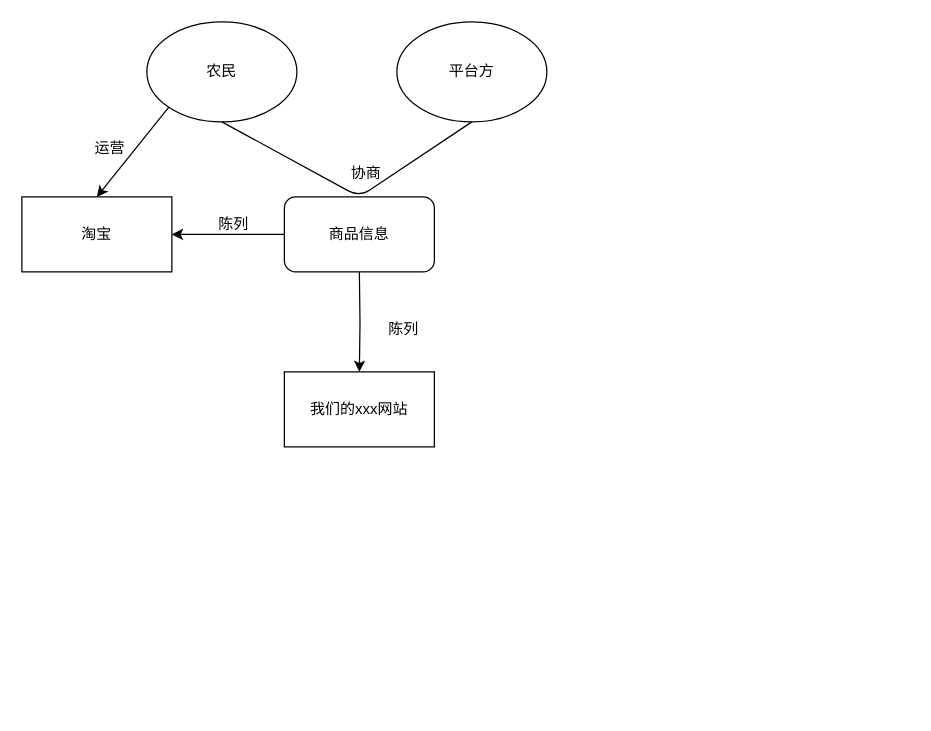
Before: Desktop/3chuang.drawio in YyUuZzHhEe/yuzhe, a draw.io diagram. Source tidied: cells renumbered, new cells numbered last; positions are measured from the earlier drawing's top-left corner, leaving out a move shared by most shapes. Both pictures are drawn from the tidied source at 125%, with x=0, y=0 at pixel (21, 21).
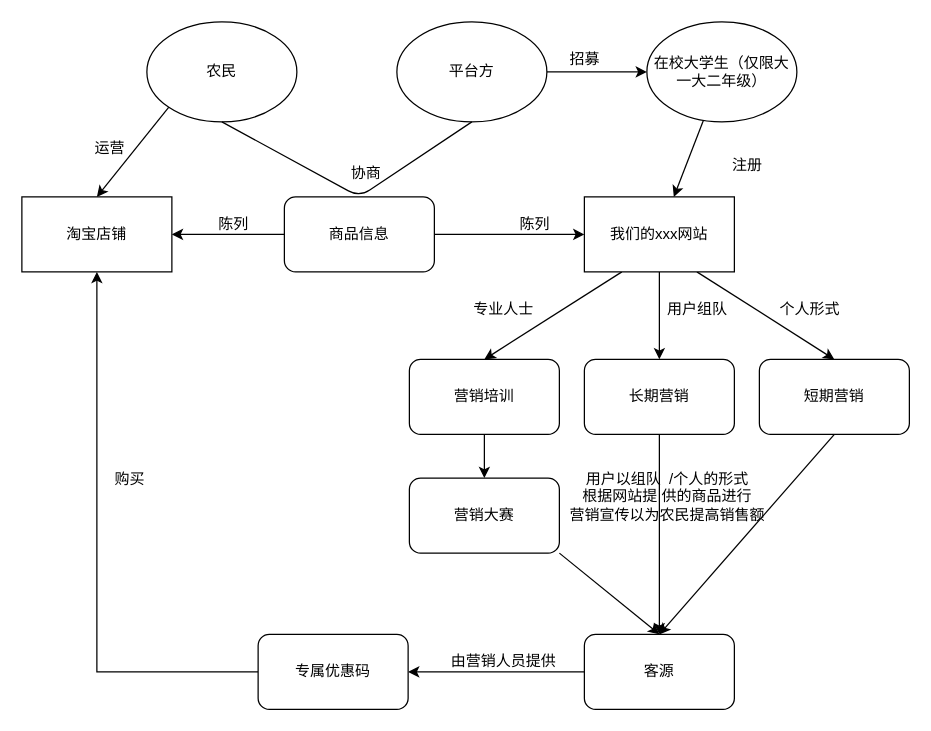
Above is the later version.

Unchanged cells that the change refers to:
```xml
<mxCell id="4" value="平台方" style="ellipse;whiteSpace=wrap;html=1;" parent="1" vertex="1">
  <mxGeometry x="300" width="120" height="80" as="geometry" />
</mxCell>
<mxCell id="11" value="商品信息" style="rounded=1;whiteSpace=wrap;html=1;" parent="1" vertex="1">
  <mxGeometry x="210" y="140" width="120" height="60" as="geometry" />
</mxCell>
```

Change to the diagram source:
```diff
@@
+    <mxCell id="15" style="edgeStyle=none;rounded=0;jettySize=auto;html=1;" parent="1" edge="1" source="4" target="20">
+      <mxGeometry relative="1" as="geometry" />
+    </mxCell>
@@
+    <mxCell id="16" style="edgeStyle=none;rounded=0;jettySize=auto;html=1;startArrow=none;startFill=0;endArrow=classic;endFill=1;" parent="1" edge="1" source="5" target="24">
+      <mxGeometry relative="1" as="geometry" />
+    </mxCell>
+    <mxCell id="17" style="edgeStyle=none;rounded=0;jettySize=auto;html=1;exitX=0.25;exitY=1;exitDx=0;exitDy=0;entryX=0.5;entryY=0;entryDx=0;entryDy=0;startArrow=none;startFill=0;endArrow=classic;endFill=1;" parent="1" edge="1" source="5" target="28">
+      <mxGeometry relative="1" as="geometry" />
+    </mxCell>
+    <mxCell id="18" style="edgeStyle=none;rounded=0;jettySize=auto;html=1;exitX=0.75;exitY=1;exitDx=0;exitDy=0;entryX=0.5;entryY=0;entryDx=0;entryDy=0;startArrow=none;startFill=0;endArrow=classic;endFill=1;" parent="1" edge="1" source="5" target="26">
+      <mxGeometry relative="1" as="geometry" />
+    </mxCell>
     <mxCell id="5" value="我们的xxx网站" style="rounded=0;whiteSpace=wrap;html=1;" parent="1" vertex="1">
-      <mxGeometry x="210" y="280" width="120" height="60" as="geometry" />
+      <mxGeometry x="450" y="140" width="120" height="60" as="geometry" />
     </mxCell>
-    <mxCell id="6" style="edgeStyle=orthogonalEdgeStyle;rounded=0;jettySize=auto;html=1;" parent="1" edge="1" target="5">
-      <mxGeometry relative="1" as="geometry">
-        <mxPoint x="270" y="200" as="sourcePoint" />
-      </mxGeometry>
+    <mxCell id="6" style="edgeStyle=orthogonalEdgeStyle;rounded=0;jettySize=auto;html=1;exitX=1;exitY=0.5;exitDx=0;exitDy=0;" parent="1" edge="1" source="11" target="5">
+      <mxGeometry relative="1" as="geometry" />
     </mxCell>
@@
     <mxCell id="9" value="陈列" style="text;html=1;align=center;verticalAlign=middle;" parent="1" vertex="1">
-      <mxGeometry x="285" y="236" width="40" height="20" as="geometry" />
+      <mxGeometry x="390" y="152" width="40" height="20" as="geometry" />
     </mxCell>
@@
-    <mxCell id="12" value="淘宝" style="rounded=0;whiteSpace=wrap;html=1;" parent="1" vertex="1">
+    <mxCell id="12" value="淘宝店铺" style="rounded=0;whiteSpace=wrap;html=1;" parent="1" vertex="1">
       <mxGeometry y="140" width="120" height="60" as="geometry" />
     </mxCell>
@@
+    <mxCell id="19" style="edgeStyle=none;rounded=0;jettySize=auto;html=1;endArrow=classic;endFill=1;" parent="1" edge="1" source="20" target="5">
+      <mxGeometry relative="1" as="geometry" />
+    </mxCell>
+    <mxCell id="20" value="在校大学生（仅限大一大二年级）" style="ellipse;whiteSpace=wrap;html=1;" parent="1" vertex="1">
+      <mxGeometry x="500" width="120" height="80" as="geometry" />
+    </mxCell>
+    <mxCell id="21" value="招募" style="text;html=1;align=center;verticalAlign=middle;" parent="1" vertex="1">
+      <mxGeometry x="430" y="20" width="40" height="20" as="geometry" />
+    </mxCell>
+    <mxCell id="22" value="注册" style="text;html=1;align=center;verticalAlign=middle;" parent="1" vertex="1">
+      <mxGeometry x="560" y="105" width="40" height="20" as="geometry" />
+    </mxCell>
+    <mxCell id="23" style="edgeStyle=none;rounded=0;jettySize=auto;html=1;exitX=0.5;exitY=1;exitDx=0;exitDy=0;startArrow=none;startFill=0;endArrow=classic;endFill=1;" parent="1" edge="1" source="24" target="35">
+      <mxGeometry relative="1" as="geometry" />
+    </mxCell>
+    <mxCell id="24" value="长期营销" style="rounded=1;whiteSpace=wrap;html=1;" parent="1" vertex="1">
+      <mxGeometry x="450" y="270" width="120" height="60" as="geometry" />
+    </mxCell>
+    <mxCell id="25" style="edgeStyle=none;rounded=0;jettySize=auto;html=1;exitX=0.5;exitY=1;exitDx=0;exitDy=0;entryX=0.5;entryY=0;entryDx=0;entryDy=0;startArrow=none;startFill=0;endArrow=classic;endFill=1;" parent="1" edge="1" source="26" target="35">
+      <mxGeometry relative="1" as="geometry" />
+    </mxCell>
+    <mxCell id="26" value="短期营销" style="rounded=1;whiteSpace=wrap;html=1;" parent="1" vertex="1">
+      <mxGeometry x="590" y="270" width="120" height="60" as="geometry" />
+    </mxCell>
+    <mxCell id="27" style="edgeStyle=none;rounded=0;jettySize=auto;html=1;startArrow=none;startFill=0;endArrow=classic;endFill=1;" parent="1" edge="1" source="28" target="30">
+      <mxGeometry relative="1" as="geometry" />
+    </mxCell>
+    <mxCell id="28" value="营销培训" style="rounded=1;whiteSpace=wrap;html=1;" parent="1" vertex="1">
+      <mxGeometry x="310" y="270" width="120" height="60" as="geometry" />
+    </mxCell>
+    <mxCell id="29" style="edgeStyle=none;rounded=0;jettySize=auto;html=1;exitX=1;exitY=1;exitDx=0;exitDy=0;startArrow=none;startFill=0;endArrow=classic;endFill=1;entryX=0.5;entryY=0;entryDx=0;entryDy=0;" parent="1" edge="1" source="30" target="35">
+      <mxGeometry relative="1" as="geometry" />
+    </mxCell>
+    <mxCell id="30" value="营销大赛" style="rounded=1;whiteSpace=wrap;html=1;" parent="1" vertex="1">
+      <mxGeometry x="310" y="365" width="120" height="60" as="geometry" />
+    </mxCell>
+    <mxCell id="31" value="用户组队" style="text;html=1;align=center;verticalAlign=middle;" parent="1" vertex="1">
+      <mxGeometry x="510" y="220" width="60" height="20" as="geometry" />
+    </mxCell>
+    <mxCell id="32" value="个人形式" style="text;html=1;align=center;verticalAlign=middle;" parent="1" vertex="1">
+      <mxGeometry x="600" y="220" width="60" height="20" as="geometry" />
+    </mxCell>
+    <mxCell id="33" value="专业人士" style="text;html=1;align=center;verticalAlign=middle;" parent="1" vertex="1">
+      <mxGeometry x="355" y="220" width="60" height="20" as="geometry" />
+    </mxCell>
+    <mxCell id="34" style="edgeStyle=none;rounded=0;jettySize=auto;html=1;startArrow=none;startFill=0;endArrow=classic;endFill=1;" parent="1" edge="1" source="35" target="37">
+      <mxGeometry relative="1" as="geometry" />
+    </mxCell>
+    <mxCell id="35" value="客源" style="rounded=1;whiteSpace=wrap;html=1;" parent="1" vertex="1">
+      <mxGeometry x="450" y="490" width="120" height="60" as="geometry" />
+    </mxCell>
+    <mxCell id="36" style="edgeStyle=orthogonalEdgeStyle;rounded=0;jettySize=auto;html=1;exitX=0;exitY=0.5;exitDx=0;exitDy=0;entryX=0.5;entryY=1;entryDx=0;entryDy=0;startArrow=none;startFill=0;endArrow=classic;endFill=1;" parent="1" edge="1" source="37" target="12">
+      <mxGeometry relative="1" as="geometry" />
+    </mxCell>
+    <mxCell id="37" value="专属优惠码" style="rounded=1;whiteSpace=wrap;html=1;" parent="1" vertex="1">
+      <mxGeometry x="189" y="490" width="120" height="60" as="geometry" />
+    </mxCell>
+    <mxCell id="38" value="用户以组队&amp;nbsp; /个人的形式&lt;br&gt;根据网站提 供的商品进行&lt;br&gt;营销宣传以为农民提高销售额" style="text;html=1;align=center;verticalAlign=middle;" parent="1" vertex="1">
+      <mxGeometry x="431" y="355" width="170" height="50" as="geometry" />
+    </mxCell>
+    <mxCell id="39" value="由营销人员提供" style="text;html=1;align=center;verticalAlign=middle;" parent="1" vertex="1">
+      <mxGeometry x="335" y="502" width="100" height="20" as="geometry" />
+    </mxCell>
+    <mxCell id="40" value="购买" style="text;html=1;align=center;verticalAlign=middle;" parent="1" vertex="1">
+      <mxGeometry x="66" y="356" width="40" height="20" as="geometry" />
+    </mxCell>
```
